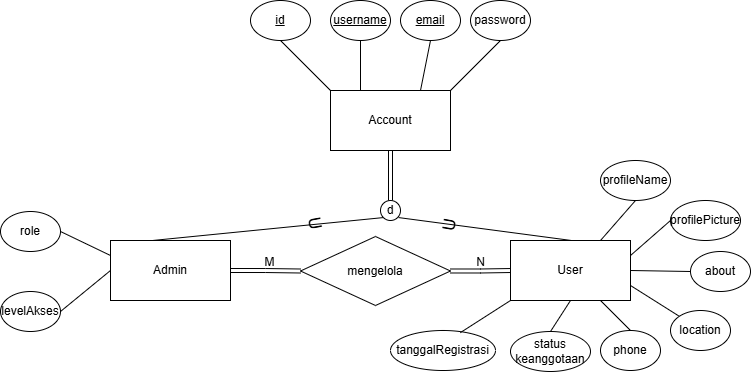
Earlier version of the draw.io export erd_pkpl.drawio.png (anthef/anthef). Source tidied: cells renumbered, new cells last; positions are measured from the earlier drawing's top-left corner, leaving out a move shared by most shapes.
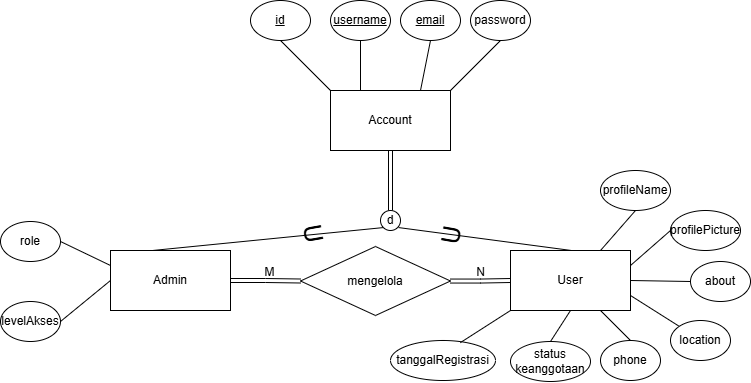
Above is the later version.

What changed in the source:
```diff
@@ -2,23 +2,23 @@
   <root>
     <mxCell id="0" />
     <mxCell id="1" parent="0" />
-    <mxCell id="2" style="edgeStyle=orthogonalEdgeStyle;rounded=0;jettySize=auto;html=1;shape=link;" parent="1" edge="1" source="3" target="13">
+    <mxCell id="2" style="edgeStyle=orthogonalEdgeStyle;rounded=0;jettySize=auto;html=1;shape=link;entryX=0.5;entryY=0;entryDx=0;entryDy=0;" parent="1" edge="1" source="3" target="13">
       <mxGeometry relative="1" as="geometry" />
     </mxCell>
     <mxCell id="3" value="Account" style="rounded=0;whiteSpace=wrap;html=1;" parent="1" vertex="1">
-      <mxGeometry x="330" y="90" width="120" height="60" as="geometry" />
+      <mxGeometry x="330" y="80" width="120" height="60" as="geometry" />
     </mxCell>
     <mxCell id="4" value="&lt;u&gt;id&lt;/u&gt;" style="ellipse;whiteSpace=wrap;html=1;" parent="1" vertex="1">
-      <mxGeometry x="250" width="60" height="40" as="geometry" />
+      <mxGeometry x="250" y="-10" width="60" height="40" as="geometry" />
     </mxCell>
     <mxCell id="5" value="&lt;u&gt;username&lt;/u&gt;" style="ellipse;whiteSpace=wrap;html=1;" parent="1" vertex="1">
-      <mxGeometry x="330" width="60" height="40" as="geometry" />
+      <mxGeometry x="330" y="-10" width="60" height="40" as="geometry" />
     </mxCell>
     <mxCell id="6" value="&lt;u&gt;email&lt;/u&gt;" style="ellipse;whiteSpace=wrap;html=1;" parent="1" vertex="1">
-      <mxGeometry x="400" width="60" height="40" as="geometry" />
+      <mxGeometry x="400" y="-10" width="60" height="40" as="geometry" />
     </mxCell>
     <mxCell id="7" value="password" style="ellipse;whiteSpace=wrap;html=1;" parent="1" vertex="1">
-      <mxGeometry x="470" width="60" height="40" as="geometry" />
+      <mxGeometry x="470" y="-10" width="60" height="40" as="geometry" />
     </mxCell>
     <mxCell id="8" style="endArrow=none;html=1;rounded=0;exitX=0.5;exitY=1;exitDx=0;exitDy=0;entryX=0;entryY=0;entryDx=0;entryDy=0;" parent="1" edge="1" source="4" target="3">
       <mxGeometry relative="1" as="geometry" />
@@ -73,11 +73,11 @@
         <mxPoint x="571" y="240" as="targetPoint" />
       </mxGeometry>
     </mxCell>
-    <mxCell id="24" value="U" style="text;html=1;align=center;verticalAlign=middle;strokeColor=none;fillColor=none;rotation=80;fontSize=17;" parent="1" vertex="1">
-      <mxGeometry x="294" y="208" width="40" height="30" as="geometry" />
+    <mxCell id="24" value="U" style="text;html=1;align=center;verticalAlign=middle;strokeColor=none;fillColor=none;rotation=80;fontSize=25;" parent="1" vertex="1">
+      <mxGeometry x="294" y="203" width="40" height="40" as="geometry" />
     </mxCell>
-    <mxCell id="25" value="U" style="text;html=1;align=center;verticalAlign=middle;strokeColor=none;fillColor=none;rotation=-80;fontSize=17;" parent="1" vertex="1">
-      <mxGeometry x="430" y="210" width="40" height="30" as="geometry" />
+    <mxCell id="25" value="U" style="text;html=1;align=center;verticalAlign=middle;strokeColor=none;fillColor=none;rotation=-80;fontSize=25;" parent="1" vertex="1">
+      <mxGeometry x="430" y="205" width="40" height="40" as="geometry" />
     </mxCell>
     <mxCell id="26" style="rounded=0;jettySize=auto;html=1;exitX=1;exitY=0.5;exitDx=0;exitDy=0;entryX=0;entryY=0.25;entryDx=0;entryDy=0;endArrow=none;startFill=0;" parent="1" edge="1" source="27" target="15">
       <mxGeometry relative="1" as="geometry" />
```
